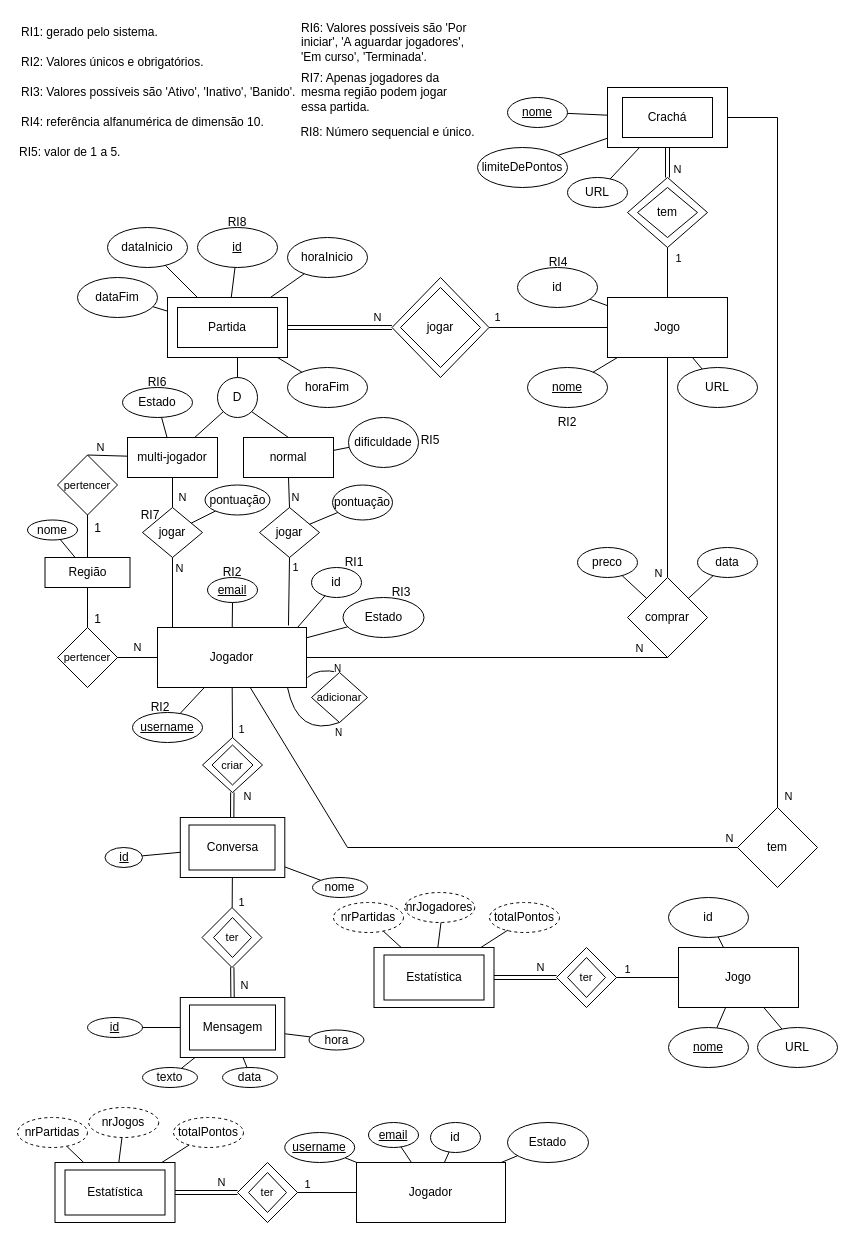
This is Fase1.drawio from DiogoFAS/LEIC-42D-SI, a draw.io file, before an edit. Source tidied: cells renumbered, new cells numbered last; positions are measured from the earlier drawing's top-left corner, leaving out a move shared by most shapes. Both pictures are drawn from the tidied source at 100%, with x=0, y=0 at pixel (17, 17).
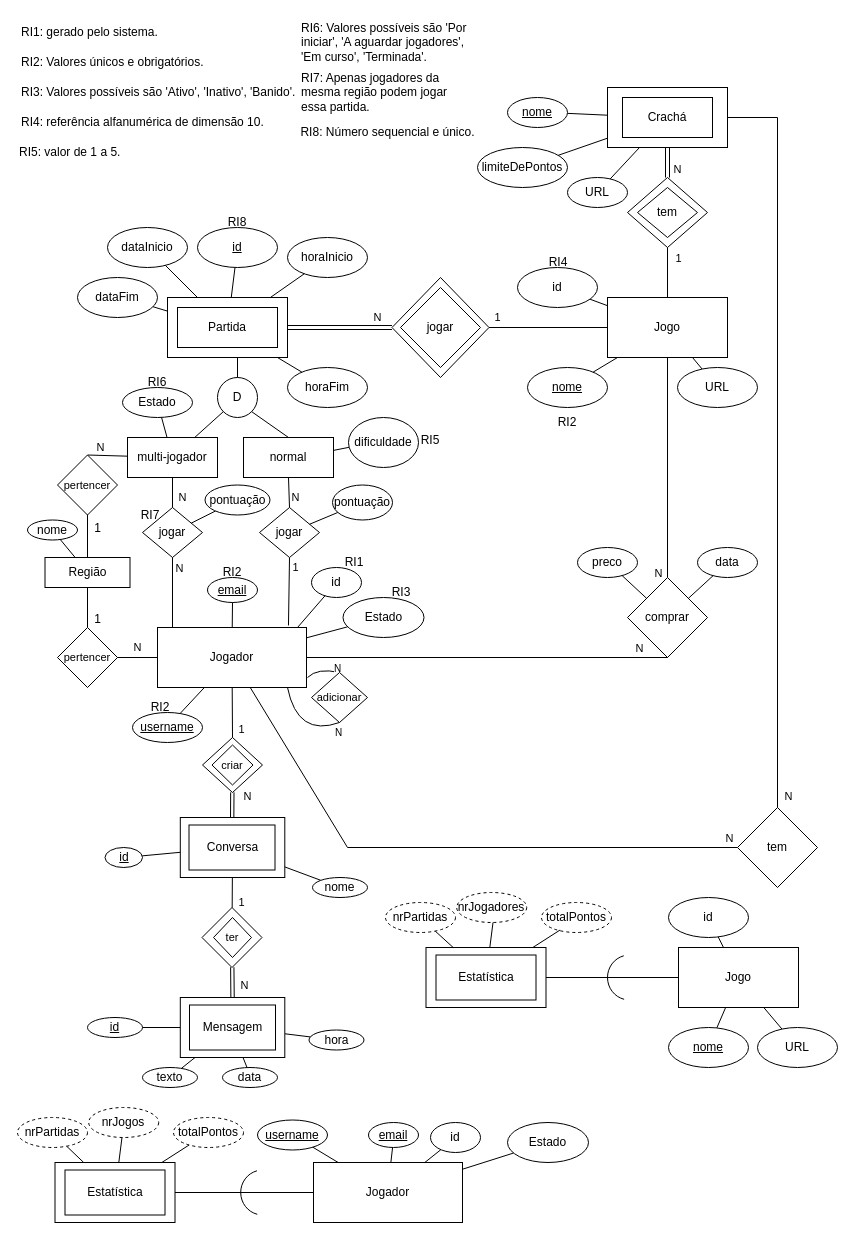
After the change.

The change refers to these unchanged cells:
```xml
<mxCell id="134" value="Estatística" style="rounded=0;whiteSpace=wrap;html=1;" parent="1" vertex="1">
  <mxGeometry x="37.5" y="1145" width="120" height="60" as="geometry" />
</mxCell>
<mxCell id="144" value="Jogo" style="rounded=0;whiteSpace=wrap;html=1;" parent="1" vertex="1">
  <mxGeometry x="661" y="930" width="120" height="60" as="geometry" />
</mxCell>
```

What changed in the source:
```diff
@@
     <mxCell id="121" value="Jogador" style="rounded=0;whiteSpace=wrap;html=1;" parent="1" vertex="1">
-      <mxGeometry x="339" y="1145" width="149" height="60" as="geometry" />
+      <mxGeometry x="296" y="1145" width="149" height="60" as="geometry" />
     </mxCell>
@@
     <mxCell id="126" value="&lt;u&gt;username&lt;/u&gt;" style="ellipse;whiteSpace=wrap;html=1;" parent="1" vertex="1">
-      <mxGeometry x="267.2" y="1115" width="70" height="30" as="geometry" />
+      <mxGeometry x="240" y="1102.5" width="70" height="30" as="geometry" />
     </mxCell>
@@
-    <mxCell id="130" value="ter" style="rhombus;whiteSpace=wrap;html=1;fontSize=11;" parent="1" vertex="1">
-      <mxGeometry x="220" y="1145" width="60" height="60" as="geometry" />
-    </mxCell>
-    <mxCell id="131" style="rhombus;whiteSpace=wrap;html=1;fontSize=11;fillColor=none;" parent="1" vertex="1">
-      <mxGeometry x="231" y="1155" width="38" height="40" as="geometry" />
-    </mxCell>
-    <mxCell id="132" style="endArrow=none;html=1;rounded=0;exitX=1;exitY=0.5;exitDx=0;exitDy=0;entryX=0;entryY=0.5;entryDx=0;entryDy=0;" parent="1" edge="1" source="130" target="121">
-      <mxGeometry relative="1" as="geometry" />
-    </mxCell>
-    <mxCell id="133" value="1" style="edgeLabel;html=1;align=center;verticalAlign=middle;" parent="132" vertex="1">
-      <mxGeometry x="-0.41" y="1" relative="1" as="geometry">
-        <mxPoint x="-8" y="-8" as="offset" />
-      </mxGeometry>
-    </mxCell>
@@
-    <mxCell id="135" style="endArrow=none;html=1;rounded=0;exitX=1;exitY=0.5;exitDx=0;exitDy=0;entryX=0;entryY=0.5;entryDx=0;entryDy=0;shape=link;" parent="1" edge="1" source="134" target="130">
-      <mxGeometry relative="1" as="geometry" />
-    </mxCell>
-    <mxCell id="136" value="N" style="edgeLabel;html=1;align=center;verticalAlign=middle;" parent="135" vertex="1">
-      <mxGeometry x="0.16" y="1" relative="1" as="geometry">
-        <mxPoint x="10" y="-10" as="offset" />
-      </mxGeometry>
-    </mxCell>
@@
-    <mxCell id="151" value="ter" style="rhombus;whiteSpace=wrap;html=1;fontSize=11;" parent="1" vertex="1">
-      <mxGeometry x="539" y="930" width="60" height="60" as="geometry" />
-    </mxCell>
-    <mxCell id="152" style="rhombus;whiteSpace=wrap;html=1;fontSize=11;fillColor=none;" parent="1" vertex="1">
-      <mxGeometry x="550" y="940" width="38" height="40" as="geometry" />
-    </mxCell>
     <mxCell id="153" value="Estatística" style="rounded=0;whiteSpace=wrap;html=1;" parent="1" vertex="1">
-      <mxGeometry x="356.5" y="930" width="120" height="60" as="geometry" />
+      <mxGeometry x="408.5" y="930" width="120" height="60" as="geometry" />
     </mxCell>
-    <mxCell id="154" style="endArrow=none;html=1;rounded=0;exitX=1;exitY=0.5;exitDx=0;exitDy=0;entryX=0;entryY=0.5;entryDx=0;entryDy=0;shape=link;" parent="1" edge="1" source="153" target="151">
-      <mxGeometry relative="1" as="geometry" />
-    </mxCell>
-    <mxCell id="155" value="N" style="edgeLabel;html=1;align=center;verticalAlign=middle;" parent="154" vertex="1">
-      <mxGeometry x="0.16" y="1" relative="1" as="geometry">
-        <mxPoint x="10" y="-10" as="offset" />
-      </mxGeometry>
-    </mxCell>
     <mxCell id="156" value="nrPartidas" style="ellipse;whiteSpace=wrap;html=1;dashed=1;" parent="1" vertex="1">
-      <mxGeometry x="316" y="885" width="70" height="30" as="geometry" />
+      <mxGeometry x="368" y="885" width="70" height="30" as="geometry" />
     </mxCell>
@@
     <mxCell id="158" value="nrJogadores" style="ellipse;whiteSpace=wrap;html=1;dashed=1;" parent="1" vertex="1">
-      <mxGeometry x="387.2" y="875" width="70" height="30" as="geometry" />
+      <mxGeometry x="439.2" y="875" width="70" height="30" as="geometry" />
     </mxCell>
     <mxCell id="159" style="endArrow=none;html=1;rounded=0;" parent="1" edge="1" source="153">
       <mxGeometry relative="1" as="geometry">
-        <mxPoint x="423.5" y="905" as="targetPoint" />
+        <mxPoint x="475.5" y="905" as="targetPoint" />
       </mxGeometry>
     </mxCell>
     <mxCell id="160" value="totalPontos" style="ellipse;whiteSpace=wrap;html=1;dashed=1;" parent="1" vertex="1">
-      <mxGeometry x="472" y="885" width="70" height="30" as="geometry" />
+      <mxGeometry x="524" y="885" width="70" height="30" as="geometry" />
     </mxCell>
     <mxCell id="161" style="endArrow=none;html=1;rounded=0;" parent="1" edge="1" source="153">
       <mxGeometry relative="1" as="geometry">
-        <mxPoint x="490.6" y="912.5" as="targetPoint" />
+        <mxPoint x="542.6" y="912.5" as="targetPoint" />
       </mxGeometry>
     </mxCell>
     <mxCell id="162" style="rounded=0;whiteSpace=wrap;html=1;fillColor=none;" parent="1" vertex="1">
-      <mxGeometry x="366.5" y="937.5" width="100" height="45" as="geometry" />
+      <mxGeometry x="418.5" y="937.5" width="100" height="45" as="geometry" />
     </mxCell>
-    <mxCell id="163" style="endArrow=none;html=1;rounded=0;exitX=1;exitY=0.5;exitDx=0;exitDy=0;entryX=0;entryY=0.5;entryDx=0;entryDy=0;" parent="1" edge="1" source="151" target="144">
-      <mxGeometry relative="1" as="geometry" />
-    </mxCell>
-    <mxCell id="164" value="1" style="edgeLabel;html=1;align=center;verticalAlign=middle;" parent="163" vertex="1">
-      <mxGeometry x="-0.41" y="1" relative="1" as="geometry">
-        <mxPoint x="-8" y="-8" as="offset" />
-      </mxGeometry>
-    </mxCell>
@@
+    <mxCell id="183" style="endArrow=none;html=1;rounded=0;exitX=1;exitY=0.5;exitDx=0;exitDy=0;entryX=0;entryY=0.5;entryDx=0;entryDy=0;" parent="1" edge="1" source="134" target="121">
+      <mxGeometry relative="1" as="geometry" />
+    </mxCell>
+    <mxCell id="184" style="verticalLabelPosition=bottom;verticalAlign=top;html=1;shape=mxgraph.basic.arc;startAngle=0.5394008173563078;endAngle=0.9580289579934987;" parent="1" vertex="1">
+      <mxGeometry x="223.2" y="1152.5" width="44" height="45" as="geometry" />
+    </mxCell>
+    <mxCell id="185" style="endArrow=none;html=1;rounded=0;exitX=1;exitY=0.5;exitDx=0;exitDy=0;entryX=0;entryY=0.5;entryDx=0;entryDy=0;" parent="1" edge="1" source="153" target="144">
+      <mxGeometry relative="1" as="geometry" />
+    </mxCell>
+    <mxCell id="186" style="verticalLabelPosition=bottom;verticalAlign=top;html=1;shape=mxgraph.basic.arc;startAngle=0.5394008173563078;endAngle=0.9580289579934987;" parent="1" vertex="1">
+      <mxGeometry x="590" y="937.5" width="44" height="45" as="geometry" />
+    </mxCell>
```
